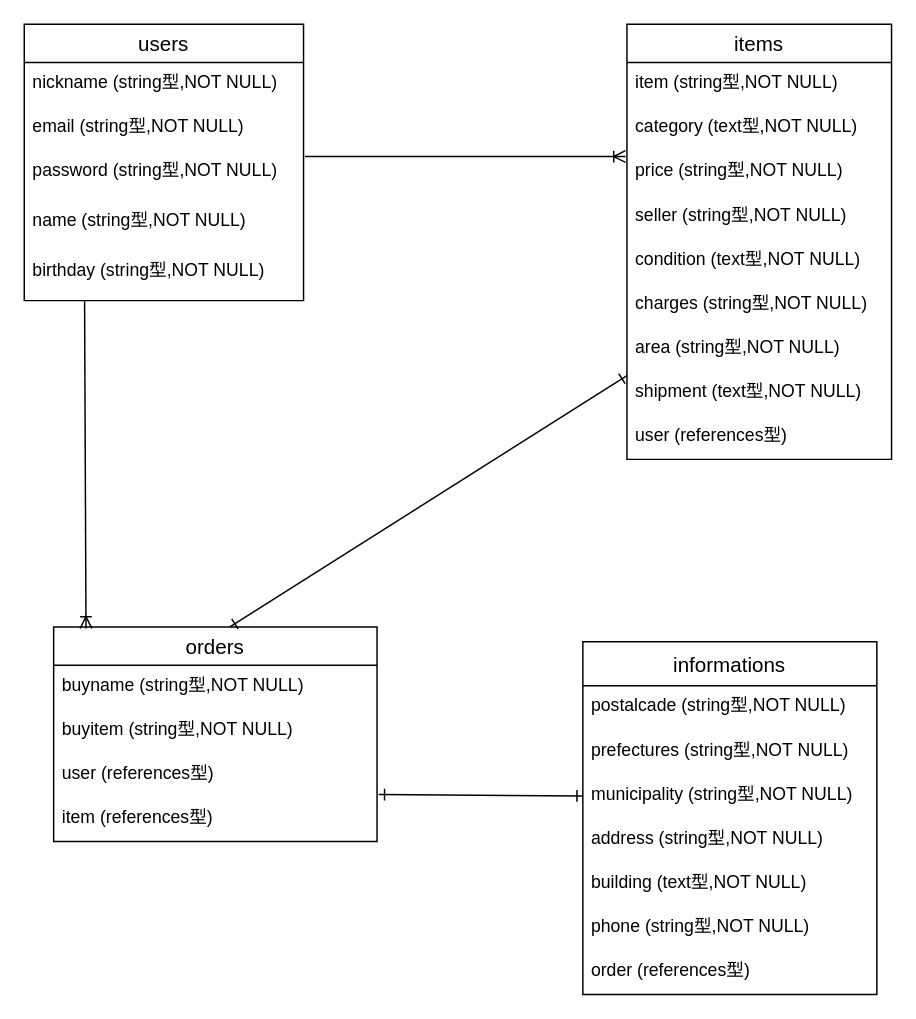
Before: furima.dio in paseri10mayo/furima-35681, a draw.io diagram. Source tidied: cells renumbered, new cells numbered last; positions are measured from the earlier drawing's top-left corner, leaving out a move shared by most shapes. Both pictures are drawn from the tidied source at 147%, with x=0, y=0 at pixel (24, 24).
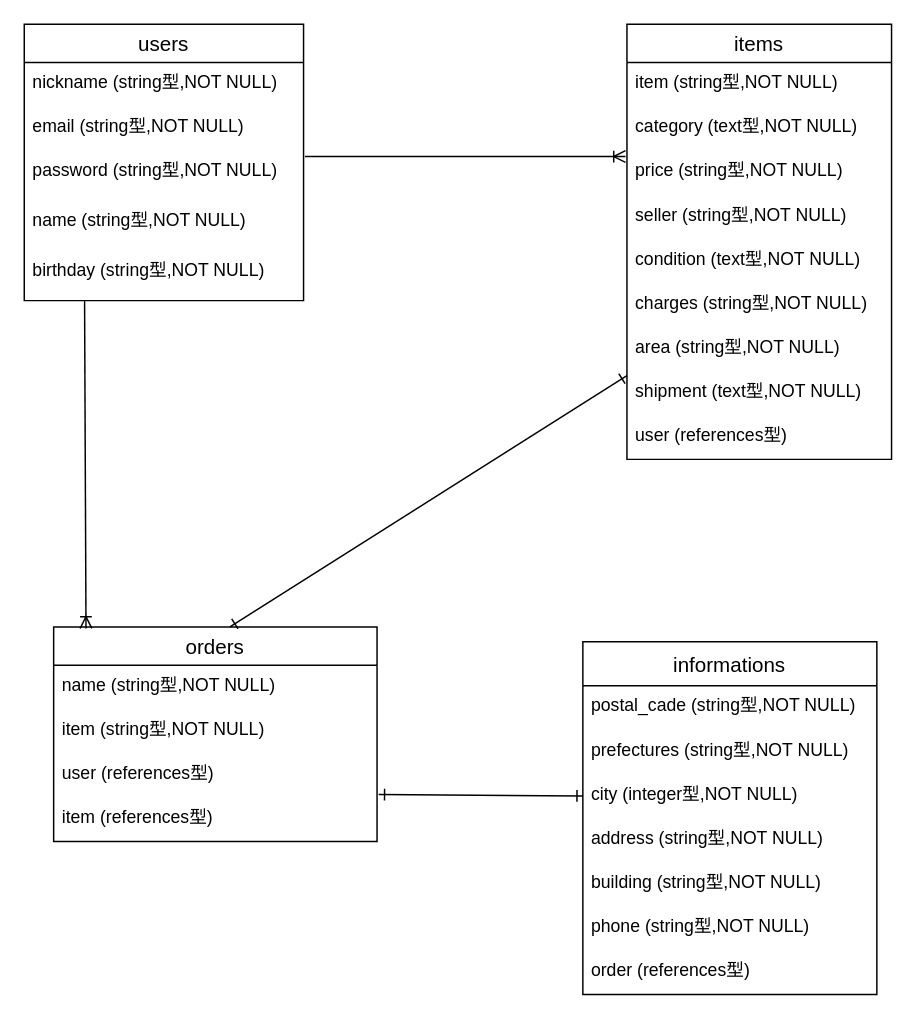
The same diagram, later.

The change refers to these unchanged cells:
```xml
<mxCell id="18" value="orders" style="swimlane;fontStyle=0;horizontal=1;startSize=26;align=center;fontSize=14;" parent="1" vertex="1">
  <mxGeometry x="20" y="410" width="220" height="146" as="geometry" />
</mxCell>
<mxCell id="23" value="informations" style="swimlane;fontStyle=0;horizontal=1;startSize=30;align=center;fontSize=14;" parent="1" vertex="1">
  <mxGeometry x="380" y="420" width="200" height="240" as="geometry" />
</mxCell>
```

The edit, as a diff of the source:
```diff
@@
-    <mxCell id="19" value="buyname (string型,NOT NULL)" style="text;strokeColor=none;fillColor=none;spacingLeft=4;spacingRight=4;overflow=hidden;fontSize=12;" parent="18" vertex="1">
+    <mxCell id="19" value="name (string型,NOT NULL)" style="text;strokeColor=none;fillColor=none;spacingLeft=4;spacingRight=4;overflow=hidden;fontSize=12;" parent="18" vertex="1">
       <mxGeometry y="26" width="220" height="30" as="geometry" />
     </mxCell>
-    <mxCell id="20" value="buyitem (string型,NOT NULL)" style="text;strokeColor=none;fillColor=none;spacingLeft=4;spacingRight=4;overflow=hidden;fontSize=12;" parent="18" vertex="1">
+    <mxCell id="20" value="item (string型,NOT NULL)" style="text;strokeColor=none;fillColor=none;spacingLeft=4;spacingRight=4;overflow=hidden;fontSize=12;" parent="18" vertex="1">
       <mxGeometry y="56" width="220" height="30" as="geometry" />
     </mxCell>
@@
-    <mxCell id="24" value="postalcade (string型,NOT NULL)" style="text;strokeColor=none;fillColor=none;spacingLeft=4;spacingRight=4;overflow=hidden;fontSize=12;" parent="23" vertex="1">
+    <mxCell id="24" value="postal_cade (string型,NOT NULL)" style="text;strokeColor=none;fillColor=none;spacingLeft=4;spacingRight=4;overflow=hidden;fontSize=12;" parent="23" vertex="1">
       <mxGeometry y="30" width="200" height="30" as="geometry" />
     </mxCell>
@@
-    <mxCell id="26" value="municipality (string型,NOT NULL)" style="text;strokeColor=none;fillColor=none;spacingLeft=4;spacingRight=4;overflow=hidden;points=[[0,0.5],[1,0.5]];portConstraint=eastwest;fontSize=12;" parent="23" vertex="1">
+    <mxCell id="26" value="city (integer型,NOT NULL)" style="text;strokeColor=none;fillColor=none;spacingLeft=4;spacingRight=4;overflow=hidden;points=[[0,0.5],[1,0.5]];portConstraint=eastwest;fontSize=12;" parent="23" vertex="1">
       <mxGeometry y="90" width="200" height="30" as="geometry" />
     </mxCell>
@@
-    <mxCell id="28" value="building (text型,NOT NULL)" style="text;strokeColor=none;fillColor=none;spacingLeft=4;spacingRight=4;overflow=hidden;fontSize=12;" parent="23" vertex="1">
+    <mxCell id="28" value="building (string型,NOT NULL)" style="text;strokeColor=none;fillColor=none;spacingLeft=4;spacingRight=4;overflow=hidden;fontSize=12;" parent="23" vertex="1">
       <mxGeometry y="150" width="200" height="30" as="geometry" />
     </mxCell>
```
